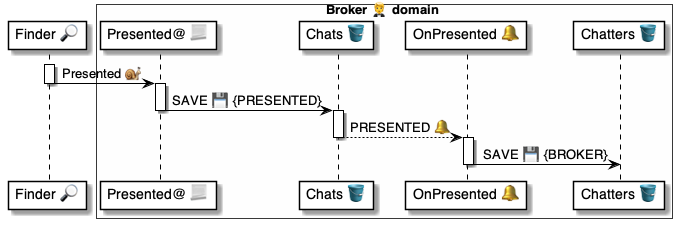
Before: 4 ⚙️ Solution/20 🧑‍🦰 UI/Brokers 🤵/🤵🪣 Broker tables/Chats 💬 table/🪣🔔 5 Presented/🤵 OnChatPresented ⚙️ uml.png, a diagram exported from PlantUML (pollyweb-org/pollyweb-docs). Its source is kept beside it as 4 ⚙️ Solution/20 🧑‍🦰 UI/Brokers 🤵/🤵🪣 Broker tables/Chats 💬 table/🪣🔔 5 Presented/🤵 OnChatPresented ⚙️ uml.puml. Its diagram source:
```plantuml
@startuml OnChatPresented

participant "Finder 🔎" as finder

box Broker 🤵 domain #FFFFFA
    participant "Presented@ 📃" as script
    participant "Chats 🪣" as chats
    participant "OnPresented 🔔" as handler
    participant "Chatters 🪣" as chatters
end box

activate finder
    finder -> script: Presented 🐌
deactivate finder

activate script
    script -> chats: SAVE 💾 {PRESENTED}
deactivate script

activate chats
    chats --> handler: PRESENTED 🔔
deactivate chats

activate handler
    handler -> chatters: SAVE 💾 {BROKER}
deactivate handler

@enduml
```
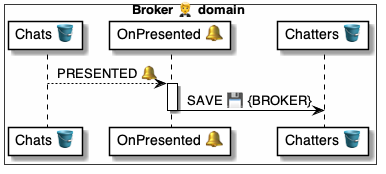
Above is the later version.

Diff of the diagram source:
```diff
@@ -1,25 +1,15 @@
 @startuml OnChatPresented
 
-participant "Finder 🔎" as finder
 
 box Broker 🤵 domain #FFFFFA
-    participant "Presented@ 📃" as script
     participant "Chats 🪣" as chats
     participant "OnPresented 🔔" as handler
     participant "Chatters 🪣" as chatters
 end box
 
-activate finder
-    finder -> script: Presented 🐌
-deactivate finder
 
-activate script
-    script -> chats: SAVE 💾 {PRESENTED}
-deactivate script
 
-activate chats
     chats --> handler: PRESENTED 🔔
-deactivate chats
 
 activate handler
     handler -> chatters: SAVE 💾 {BROKER}
```
